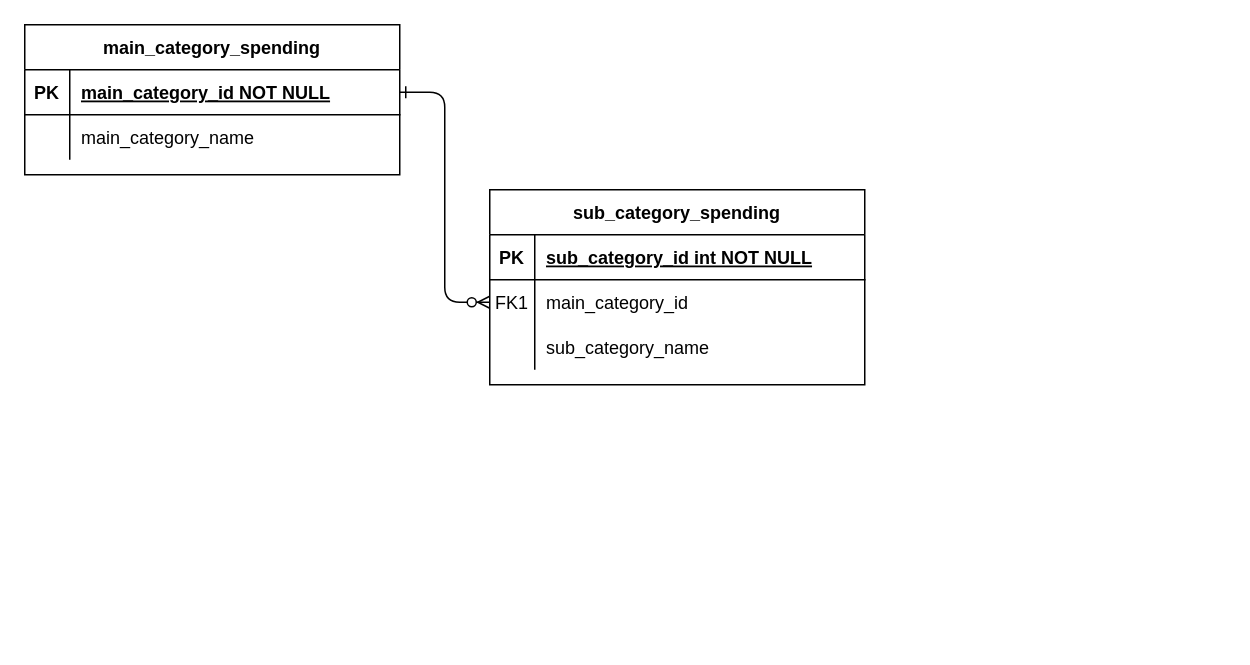
Above: budget_tracking.drawio in eddy-di/budget_tracking (draw.io), before the change. Source tidied: cells renumbered, new cells numbered last; positions are measured from the earlier drawing's top-left corner, leaving out a move shared by most shapes. Both pictures are drawn from the tidied source at 150%, with x=0, y=0 at pixel (24, 24).
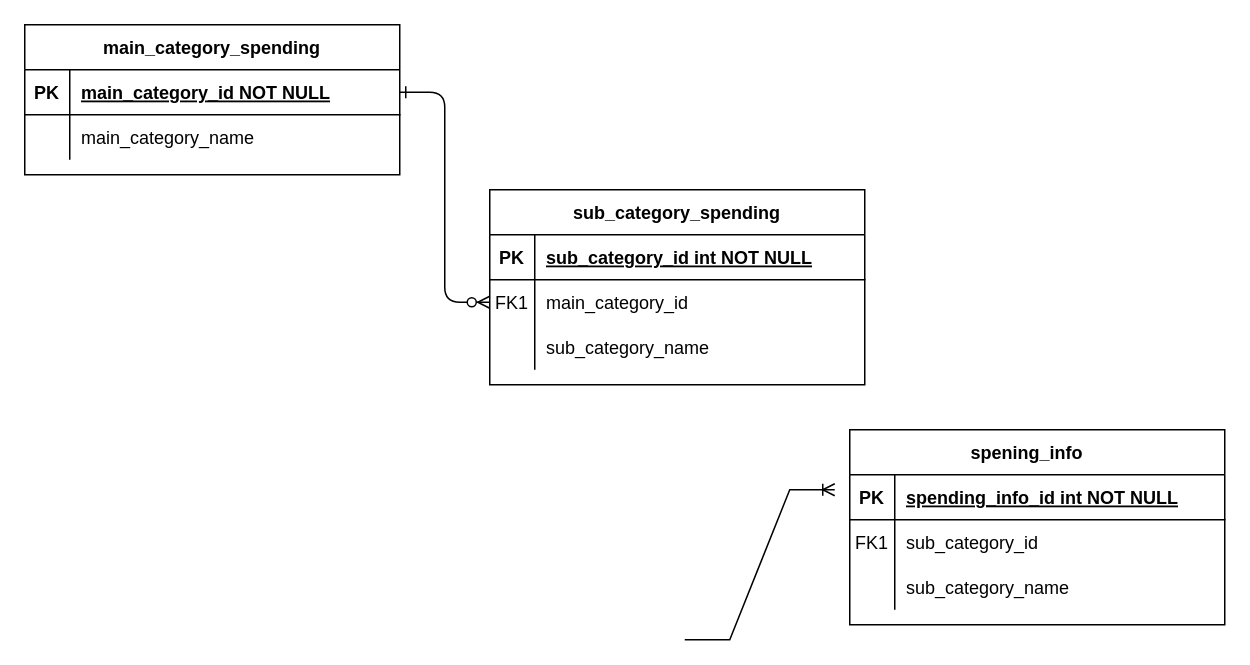
The same page after the edit.

Diff of the diagram source:
```diff
@@
+    <mxCell id="20" value="spening_info    " style="shape=table;startSize=30;childLayout=tableLayout;rowLines=0;fontStyle=1;align=center;" parent="1" vertex="1">
+      <mxGeometry x="550" y="270" width="250" height="130" as="geometry" />
+    </mxCell>
+    <mxCell id="21" style="shape=partialRectangle;fillColor=none;top=0;left=0;right=0;bottom=1;" parent="20" vertex="1">
+      <mxGeometry y="30" width="250" height="30" as="geometry" />
+    </mxCell>
+    <mxCell id="22" value="PK" style="shape=partialRectangle;overflow=hidden;fillColor=none;top=0;left=0;bottom=0;right=0;fontStyle=1;" parent="21" vertex="1">
+      <mxGeometry width="30" height="30" as="geometry" />
+    </mxCell>
+    <mxCell id="23" value="spending_info_id int NOT NULL " style="shape=partialRectangle;overflow=hidden;fillColor=none;top=0;left=0;bottom=0;right=0;align=left;spacingLeft=6;fontStyle=5;" parent="21" vertex="1">
+      <mxGeometry x="30" width="220" height="30" as="geometry" />
+    </mxCell>
+    <mxCell id="24" style="shape=partialRectangle;fillColor=none;top=0;left=0;right=0;bottom=0;" parent="20" vertex="1">
+      <mxGeometry y="60" width="250" height="30" as="geometry" />
+    </mxCell>
+    <mxCell id="25" value="FK1" style="shape=partialRectangle;overflow=hidden;fillColor=none;top=0;left=0;bottom=0;right=0;" parent="24" vertex="1">
+      <mxGeometry width="30" height="30" as="geometry" />
+    </mxCell>
+    <mxCell id="26" value="sub_category_id" style="shape=partialRectangle;overflow=hidden;fillColor=none;top=0;left=0;bottom=0;right=0;align=left;spacingLeft=6;" parent="24" vertex="1">
+      <mxGeometry x="30" width="220" height="30" as="geometry" />
+    </mxCell>
+    <mxCell id="27" style="shape=partialRectangle;fillColor=none;top=0;left=0;right=0;bottom=0;" parent="20" vertex="1">
+      <mxGeometry y="90" width="250" height="30" as="geometry" />
+    </mxCell>
+    <mxCell id="28" style="shape=partialRectangle;overflow=hidden;fillColor=none;top=0;left=0;bottom=0;right=0;" parent="27" vertex="1">
+      <mxGeometry width="30" height="30" as="geometry" />
+    </mxCell>
+    <mxCell id="29" value="sub_category_name" style="shape=partialRectangle;overflow=hidden;fillColor=none;top=0;left=0;bottom=0;right=0;align=left;spacingLeft=6;" parent="27" vertex="1">
+      <mxGeometry x="30" width="220" height="30" as="geometry" />
+    </mxCell>
+    <mxCell id="30" style="edgeStyle=entityRelationEdgeStyle;fontSize=12;html=1;endArrow=ERoneToMany;rounded=0;" parent="1" edge="1">
+      <mxGeometry relative="1" as="geometry">
+        <mxPoint x="440" y="410" as="sourcePoint" />
+        <mxPoint x="540" y="310" as="targetPoint" />
+      </mxGeometry>
+    </mxCell>
```
